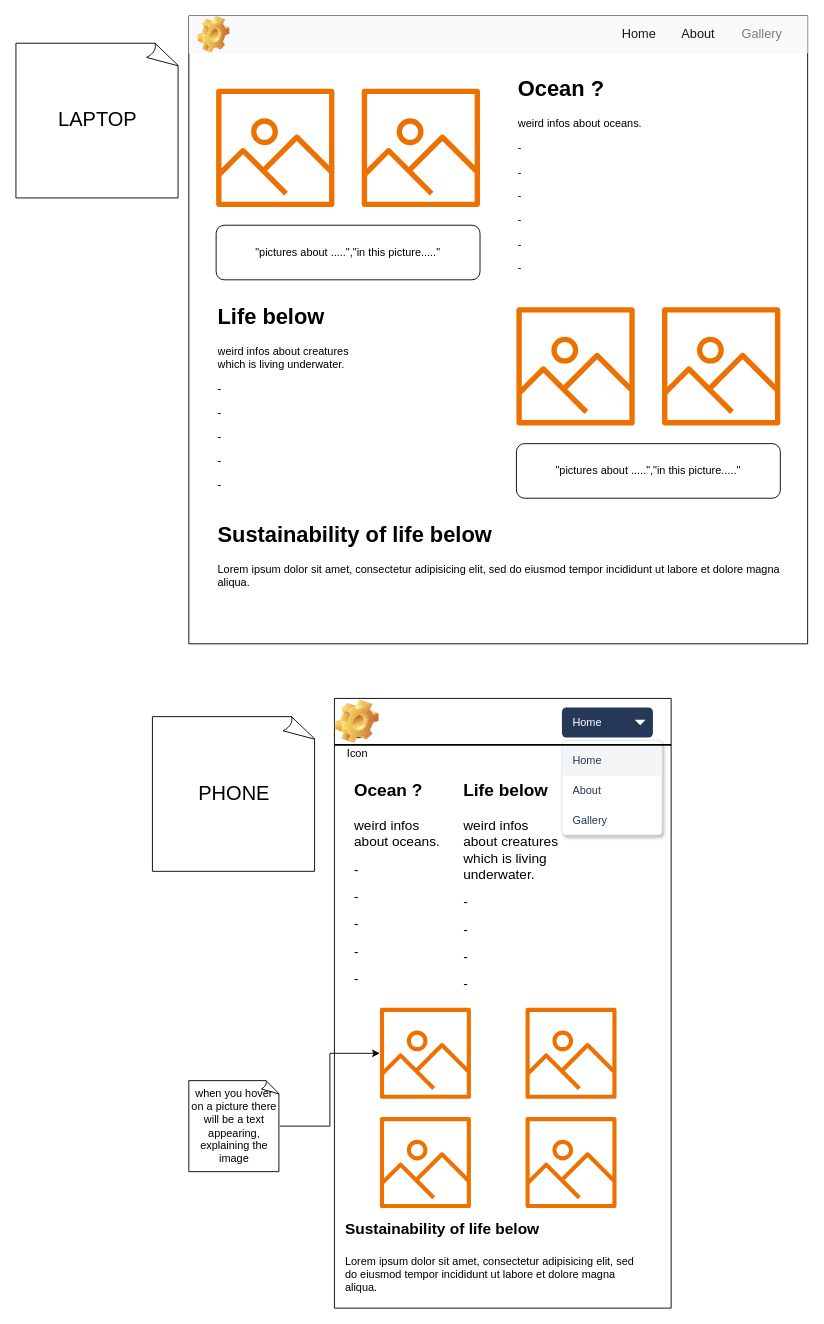
The draw.io diagram wireframes/aboutPage.drawio in handeedaoz/WDD_GroupQ, before the edit. Source tidied: cells renumbered, new cells numbered last; positions are measured from the earlier drawing's top-left corner, leaving out a move shared by most shapes. Both pictures are drawn from the tidied source at 91%, with x=0, y=0 at pixel (15, 15).
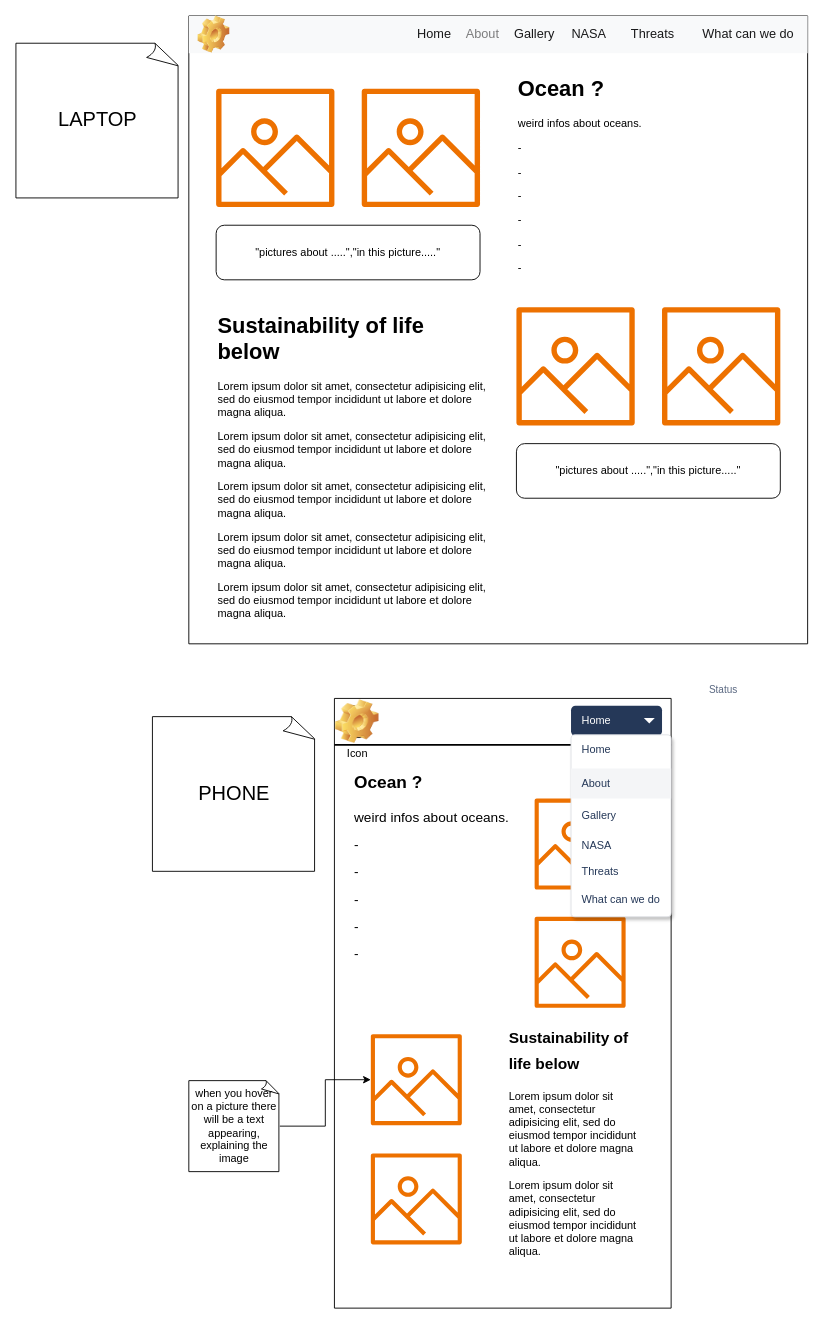
Above is the later version.

The change refers to these unchanged cells:
```xml
<mxCell id="2" style="swimlane;startSize=0;" parent="1" vertex="1">
  <mxGeometry x="190" width="680" height="690" as="geometry" />
</mxCell>
<mxCell id="3" style="html=1;shadow=0;dashed=0;fillColor=#F8F9FA;strokeColor=none;fontSize=16;fontColor=#7C7C7D;align=right;spacing=15;" parent="2" vertex="1">
  <mxGeometry width="680" height="41" as="geometry" />
</mxCell>
<mxCell id="18" style="swimlane;startSize=0;" parent="1" vertex="1">
  <mxGeometry x="350" y="750" width="370" height="670" as="geometry" />
</mxCell>
<mxCell id="35" value="when you hover on a picture there will be a text appearing, explaining the image" style="whiteSpace=wrap;html=1;shape=mxgraph.basic.document;" parent="1" vertex="1">
  <mxGeometry x="190" y="1170" width="100" height="100" as="geometry" />
</mxCell>
```

What changed in the source:
```diff
@@
-    <mxCell id="4" style="swimlane;shape=mxgraph.bootstrap.anchor;strokeColor=none;fillColor=none;fontColor=#0085FC;fontStyle=0;horizontal=0;startSize=0;whiteSpace=wrap;html=1;" parent="3" vertex="1">
-      <mxGeometry x="460" y="6.7" width="210" height="26.7" as="geometry" />
-    </mxCell>
+    <mxCell id="8" style="shape=image;html=1;verticalLabelPosition=bottom;verticalAlign=top;imageAspect=1;image=img/clipart/Gear_128x128.png;" parent="3" vertex="1">
+      <mxGeometry x="10" width="35" height="41" as="geometry" />
+    </mxCell>
+    <mxCell id="38" value="NASA" style="text;strokeColor=none;align=center;verticalAlign=middle;spacingLeft=10;spacingRight=10;whiteSpace=wrap;html=1;fillColor=none;fontColor=#181819;fontSize=14;" parent="3" vertex="1">
+      <mxGeometry x="410" y="3.8" width="60" height="33.3" as="geometry" />
+    </mxCell>
+    <mxCell id="7" value="Gallery" style="text;strokeColor=none;align=center;verticalAlign=middle;spacingLeft=10;spacingRight=10;whiteSpace=wrap;html=1;fillColor=none;fontColor=#181819;fontSize=14;" parent="3" vertex="1">
+      <mxGeometry x="350" y="3.8" width="60" height="33.3" as="geometry" />
+    </mxCell>
-    <mxCell id="5" value="Home" style="text;strokeColor=none;align=center;verticalAlign=middle;spacingLeft=10;spacingRight=10;whiteSpace=wrap;html=1;fillColor=none;fontColor=#181819;fontSize=14;" parent="4" vertex="1">
-      <mxGeometry width="70" height="26.7" as="geometry" />
+    <mxCell id="5" value="Home" style="text;strokeColor=none;align=center;verticalAlign=middle;spacingLeft=10;spacingRight=10;whiteSpace=wrap;html=1;fillColor=none;fontColor=#181819;fontSize=14;" parent="3" vertex="1">
+      <mxGeometry x="240" y="3.8" width="60" height="33.3" as="geometry" />
     </mxCell>
-    <mxCell id="6" value="About" style="text;strokeColor=none;align=center;verticalAlign=middle;spacingLeft=10;spacingRight=10;whiteSpace=wrap;html=1;fillColor=none;fontColor=#181819;fontSize=14;" parent="4" vertex="1">
-      <mxGeometry x="70" width="60" height="26.7" as="geometry" />
-    </mxCell>
-    <mxCell id="7" value="Gallery" style="text;strokeColor=none;align=center;verticalAlign=middle;spacingLeft=10;spacingRight=10;whiteSpace=wrap;html=1;fillColor=none;fontColor=#7C7C7D;fontSize=14;" parent="4" vertex="1">
-      <mxGeometry x="130" width="80" height="26.7" as="geometry" />
-    </mxCell>
-    <mxCell id="8" style="shape=image;html=1;verticalLabelPosition=bottom;verticalAlign=top;imageAspect=1;image=img/clipart/Gear_128x128.png;" parent="3" vertex="1">
-      <mxGeometry x="10" width="35" height="41" as="geometry" />
-    </mxCell>
+    <mxCell id="39" value="About" style="text;strokeColor=none;align=center;verticalAlign=middle;spacingLeft=10;spacingRight=10;whiteSpace=wrap;html=1;fillColor=none;fontColor=#7C7C7D;fontSize=14;" parent="3" vertex="1">
+      <mxGeometry x="283" y="3.8" width="80" height="33.3" as="geometry" />
+    </mxCell>
+    <mxCell id="40" value="Threats" style="text;strokeColor=none;align=center;verticalAlign=middle;spacingLeft=10;spacingRight=10;whiteSpace=wrap;html=1;fillColor=none;fontColor=#181819;fontSize=14;" parent="3" vertex="1">
+      <mxGeometry x="480" y="3.8" width="60" height="33.3" as="geometry" />
+    </mxCell>
+    <mxCell id="41" value="What can we do" style="text;strokeColor=none;align=center;verticalAlign=middle;spacingLeft=10;spacingRight=10;whiteSpace=wrap;html=1;fillColor=none;fontColor=#181819;fontSize=14;" parent="3" vertex="1">
+      <mxGeometry x="550" y="3.8" width="130" height="33.3" as="geometry" />
+    </mxCell>
@@
-    <mxCell id="10" value="&lt;h1 style=&quot;margin-top: 0px;&quot;&gt;Life below&lt;/h1&gt;&lt;p&gt;weird infos about creatures which is living underwater.&lt;/p&gt;&lt;p&gt;-&lt;/p&gt;&lt;p&gt;-&lt;/p&gt;&lt;p&gt;-&lt;/p&gt;&lt;p&gt;-&lt;/p&gt;&lt;p&gt;-&lt;/p&gt;" style="text;html=1;whiteSpace=wrap;overflow=hidden;rounded=0;" parent="2" vertex="1">
-      <mxGeometry x="30" y="310" width="180" height="220" as="geometry" />
-    </mxCell>
@@
-    <mxCell id="17" value="&lt;h1 style=&quot;margin-top: 0px;&quot;&gt;Sustainability of life below&lt;/h1&gt;&lt;p&gt;Lorem ipsum dolor sit amet, consectetur adipisicing elit, sed do eiusmod tempor incididunt ut labore et dolore magna aliqua.&lt;/p&gt;" style="text;html=1;whiteSpace=wrap;overflow=hidden;rounded=0;" parent="2" vertex="1">
-      <mxGeometry x="30" y="550" width="620" height="120" as="geometry" />
+    <mxCell id="17" value="&lt;h1 style=&quot;margin-top: 0px;&quot;&gt;Sustainability of life below&lt;/h1&gt;&lt;p&gt;Lorem ipsum dolor sit amet, consectetur adipisicing elit, sed do eiusmod tempor incididunt ut labore et dolore magna aliqua.&lt;/p&gt;&lt;p&gt;Lorem ipsum dolor sit amet, consectetur adipisicing elit, sed do eiusmod tempor incididunt ut labore et dolore magna aliqua.&lt;/p&gt;&lt;p&gt;Lorem ipsum dolor sit amet, consectetur adipisicing elit, sed do eiusmod tempor incididunt ut labore et dolore magna aliqua.&lt;/p&gt;&lt;p&gt;Lorem ipsum dolor sit amet, consectetur adipisicing elit, sed do eiusmod tempor incididunt ut labore et dolore magna aliqua.&lt;/p&gt;&lt;p&gt;Lorem ipsum dolor sit amet, consectetur adipisicing elit, sed do eiusmod tempor incididunt ut labore et dolore magna aliqua.&lt;/p&gt;" style="text;html=1;whiteSpace=wrap;overflow=hidden;rounded=0;" parent="2" vertex="1">
+      <mxGeometry x="30" y="320" width="300" height="350" as="geometry" />
     </mxCell>
+    <mxCell id="34" style="edgeStyle=orthogonalEdgeStyle;rounded=0;jettySize=auto;html=1;exitX=1;exitY=0.5;exitDx=0;exitDy=0;exitPerimeter=0;" parent="1" edge="1" source="35" target="29">
+      <mxGeometry relative="1" as="geometry" />
+    </mxCell>
@@
-    <mxCell id="19" value="Home" style="rounded=1;fillColor=#253858;strokeColor=none;html=1;fontColor=#ffffff;align=left;fontSize=12;spacingLeft=10;" parent="18" vertex="1">
-      <mxGeometry x="250" y="10" width="100" height="33" as="geometry" />
-    </mxCell>
-    <mxCell id="20" style="shape=triangle;direction=south;fillColor=#ffffff;strokeColor=none;html=1;fontSize=20;" parent="19" vertex="1">
-      <mxGeometry x="1" y="0.5" width="12" height="6" relative="1" as="geometry">
-        <mxPoint x="-20" y="-3" as="offset" />
-      </mxGeometry>
-    </mxCell>
-    <mxCell id="21" style="rounded=1;fillColor=#ffffff;strokeColor=#DFE1E5;shadow=1;html=1;arcSize=4;hachureGap=4;fontFamily=Helvetica;fontSize=20;" parent="18" vertex="1">
-      <mxGeometry x="250" y="46" width="110" height="104" as="geometry" />
-    </mxCell>
-    <mxCell id="22" value="Home" style="rounded=0;fillColor=#F4F5F7;strokeColor=none;shadow=0;html=1;align=left;fontSize=12;spacingLeft=10;fontColor=#253858;" parent="21" vertex="1">
-      <mxGeometry width="110" height="33" relative="1" as="geometry">
-        <mxPoint y="6" as="offset" />
-      </mxGeometry>
-    </mxCell>
-    <mxCell id="23" value="About" style="rounded=0;fillColor=none;strokeColor=none;shadow=0;html=1;align=left;fontSize=12;spacingLeft=10;fontColor=#253858;" parent="21" vertex="1">
-      <mxGeometry width="110" height="33" relative="1" as="geometry">
-        <mxPoint y="39" as="offset" />
-      </mxGeometry>
-    </mxCell>
-    <mxCell id="24" value="Gallery" style="rounded=0;fillColor=none;strokeColor=none;shadow=0;html=1;align=left;fontSize=12;spacingLeft=10;fontColor=#253858;" parent="21" vertex="1">
-      <mxGeometry width="110" height="33" relative="1" as="geometry">
-        <mxPoint y="72" as="offset" />
-      </mxGeometry>
-    </mxCell>
+    <mxCell id="42" style="sketch=0;fontColor=#232F3E;gradientColor=none;fillColor=#ED7100;strokeColor=none;dashed=0;verticalLabelPosition=bottom;verticalAlign=top;align=center;html=1;fontSize=12;fontStyle=0;shape=mxgraph.aws4.container_registry_image;" parent="18" vertex="1">
+      <mxGeometry x="220" y="110" width="100" height="100" as="geometry" />
+    </mxCell>
@@
     <mxCell id="27" value="&lt;h1 style=&quot;margin-top: 0px;&quot;&gt;&lt;font style=&quot;font-size: 19px;&quot;&gt;Ocean ?&amp;nbsp;&lt;/font&gt;&lt;/h1&gt;&lt;p&gt;&lt;font style=&quot;font-size: 15px;&quot;&gt;weird infos about oceans.&lt;/font&gt;&lt;/p&gt;&lt;p&gt;&lt;font style=&quot;font-size: 15px;&quot;&gt;-&lt;/font&gt;&lt;/p&gt;&lt;p&gt;&lt;font style=&quot;font-size: 15px;&quot;&gt;-&lt;/font&gt;&lt;/p&gt;&lt;p&gt;&lt;font style=&quot;font-size: 15px;&quot;&gt;-&lt;/font&gt;&lt;/p&gt;&lt;p&gt;&lt;font style=&quot;font-size: 15px;&quot;&gt;-&lt;/font&gt;&lt;/p&gt;&lt;p&gt;&lt;font style=&quot;font-size: 15px;&quot;&gt;-&lt;/font&gt;&lt;/p&gt;&lt;p&gt;&lt;br&gt;&lt;/p&gt;" style="text;html=1;whiteSpace=wrap;overflow=hidden;rounded=0;" parent="18" vertex="1">
-      <mxGeometry x="20" y="79" width="110" height="241" as="geometry" />
+      <mxGeometry x="20" y="70" width="200" height="250" as="geometry" />
     </mxCell>
-    <mxCell id="28" value="&lt;h1 style=&quot;margin-top: 0px;&quot;&gt;&lt;font style=&quot;font-size: 19px;&quot;&gt;Life below&lt;/font&gt;&lt;/h1&gt;&lt;p&gt;&lt;font style=&quot;font-size: 15px;&quot;&gt;weird infos about creatures which is living underwater.&lt;/font&gt;&lt;/p&gt;&lt;p&gt;&lt;font style=&quot;font-size: 15px;&quot;&gt;-&lt;/font&gt;&lt;/p&gt;&lt;p&gt;&lt;font style=&quot;font-size: 15px;&quot;&gt;-&lt;/font&gt;&lt;/p&gt;&lt;p&gt;&lt;font style=&quot;font-size: 15px;&quot;&gt;-&lt;/font&gt;&lt;/p&gt;&lt;p&gt;&lt;font style=&quot;font-size: 15px;&quot;&gt;-&lt;/font&gt;&lt;/p&gt;" style="text;html=1;whiteSpace=wrap;overflow=hidden;rounded=0;" parent="18" vertex="1">
-      <mxGeometry x="140" y="79" width="110" height="251" as="geometry" />
-    </mxCell>
     <mxCell id="29" style="sketch=0;outlineConnect=0;fontColor=#232F3E;gradientColor=none;fillColor=#ED7100;strokeColor=none;dashed=0;verticalLabelPosition=bottom;verticalAlign=top;align=center;html=1;fontSize=12;fontStyle=0;shape=mxgraph.aws4.container_registry_image;" parent="18" vertex="1">
-      <mxGeometry x="50" y="340" width="100" height="100" as="geometry" />
+      <mxGeometry x="40" y="369" width="100" height="100" as="geometry" />
     </mxCell>
     <mxCell id="30" style="sketch=0;fontColor=#232F3E;gradientColor=none;fillColor=#ED7100;strokeColor=none;dashed=0;verticalLabelPosition=bottom;verticalAlign=top;align=center;html=1;fontSize=12;fontStyle=0;shape=mxgraph.aws4.container_registry_image;" parent="18" vertex="1">
-      <mxGeometry x="50" y="460" width="100" height="100" as="geometry" />
+      <mxGeometry x="40" y="500" width="100" height="100" as="geometry" />
     </mxCell>
-    <mxCell id="31" value="&lt;h1 style=&quot;margin-top: 0px;&quot;&gt;&lt;font style=&quot;font-size: 17px;&quot;&gt;Sustainability of life below&lt;/font&gt;&lt;/h1&gt;&lt;p&gt;Lorem ipsum dolor sit amet, consectetur adipisicing elit, sed do eiusmod tempor incididunt ut labore et dolore magna aliqua.&lt;/p&gt;" style="text;html=1;whiteSpace=wrap;overflow=hidden;rounded=0;" parent="18" vertex="1">
-      <mxGeometry x="10" y="560" width="320" height="100" as="geometry" />
+    <mxCell id="31" value="&lt;h1 style=&quot;margin-top: 0px;&quot;&gt;&lt;font style=&quot;font-size: 17px;&quot;&gt;Sustainability of life below&lt;/font&gt;&lt;/h1&gt;&lt;p&gt;Lorem ipsum dolor sit amet, consectetur adipisicing elit, sed do eiusmod tempor incididunt ut labore et dolore magna aliqua.&lt;/p&gt;&lt;p&gt;Lorem ipsum dolor sit amet, consectetur adipisicing elit, sed do eiusmod tempor incididunt ut labore et dolore magna aliqua.&lt;/p&gt;" style="text;html=1;whiteSpace=wrap;overflow=hidden;rounded=0;" parent="18" vertex="1">
+      <mxGeometry x="190" y="350" width="150" height="290" as="geometry" />
     </mxCell>
-    <mxCell id="32" style="sketch=0;fontColor=#232F3E;gradientColor=none;fillColor=#ED7100;strokeColor=none;dashed=0;verticalLabelPosition=bottom;verticalAlign=top;align=center;html=1;fontSize=12;fontStyle=0;shape=mxgraph.aws4.container_registry_image;" parent="18" vertex="1">
-      <mxGeometry x="210" y="340" width="100" height="100" as="geometry" />
-    </mxCell>
     <mxCell id="33" style="sketch=0;fontColor=#232F3E;gradientColor=none;fillColor=#ED7100;strokeColor=none;dashed=0;verticalLabelPosition=bottom;verticalAlign=top;align=center;html=1;fontSize=12;fontStyle=0;shape=mxgraph.aws4.container_registry_image;" parent="18" vertex="1">
-      <mxGeometry x="210" y="460" width="100" height="100" as="geometry" />
+      <mxGeometry x="220" y="240" width="100" height="100" as="geometry" />
     </mxCell>
-    <mxCell id="34" style="edgeStyle=orthogonalEdgeStyle;rounded=0;jettySize=auto;html=1;exitX=1;exitY=0.5;exitDx=0;exitDy=0;exitPerimeter=0;" parent="1" edge="1" source="35" target="29">
-      <mxGeometry relative="1" as="geometry" />
-    </mxCell>
+    <mxCell id="19" value="Home" style="rounded=1;fillColor=#253858;strokeColor=none;html=1;fontColor=#ffffff;align=left;fontSize=12;spacingLeft=10;" parent="18" vertex="1">
+      <mxGeometry x="260" y="8" width="100" height="33" as="geometry" />
+    </mxCell>
+    <mxCell id="43" style="shape=triangle;direction=south;fillColor=#ffffff;strokeColor=none;html=1;fontSize=20;" parent="19" vertex="1">
+      <mxGeometry x="1" y="0.5" width="12" height="6" relative="1" as="geometry">
+        <mxPoint x="-20" y="-3" as="offset" />
+      </mxGeometry>
+    </mxCell>
+    <mxCell id="44" style="rounded=1;fillColor=#ffffff;strokeColor=#DFE1E5;shadow=1;html=1;arcSize=4;hachureGap=4;fontFamily=Helvetica;fontSize=20;" parent="18" vertex="1">
+      <mxGeometry x="260" y="40" width="110" height="200" as="geometry" />
+    </mxCell>
+    <mxCell id="45" value="About" style="rounded=0;fillColor=#F4F5F7;strokeColor=none;shadow=0;html=1;align=left;fontSize=12;spacingLeft=10;fontColor=#253858;" parent="44" vertex="1">
+      <mxGeometry width="110" height="33" relative="1" as="geometry">
+        <mxPoint y="37" as="offset" />
+      </mxGeometry>
+    </mxCell>
+    <mxCell id="22" value="Home" style="rounded=0;fillColor=none;strokeColor=none;shadow=0;html=1;align=left;fontSize=12;spacingLeft=10;fontColor=#253858;" parent="44" vertex="1">
+      <mxGeometry width="110" height="33" relative="1" as="geometry" />
+    </mxCell>
+    <mxCell id="24" value="Gallery" style="rounded=0;fillColor=none;strokeColor=none;shadow=0;html=1;align=left;fontSize=12;spacingLeft=10;fontColor=#253858;" parent="44" vertex="1">
+      <mxGeometry width="110" height="33" relative="1" as="geometry">
+        <mxPoint y="72" as="offset" />
+      </mxGeometry>
+    </mxCell>
+    <mxCell id="46" value="NASA" style="rounded=0;fillColor=none;strokeColor=none;shadow=0;html=1;align=left;fontSize=12;spacingLeft=10;fontColor=#253858;" parent="44" vertex="1">
+      <mxGeometry width="110" height="33" relative="1" as="geometry">
+        <mxPoint y="105" as="offset" />
+      </mxGeometry>
+    </mxCell>
+    <mxCell id="47" value="Threats" style="rounded=0;fillColor=none;strokeColor=none;shadow=0;html=1;align=left;fontSize=12;spacingLeft=10;fontColor=#253858;" parent="44" vertex="1">
+      <mxGeometry y="130" width="110" height="39.1" as="geometry" />
+    </mxCell>
+    <mxCell id="48" value="What can we do" style="rounded=0;fillColor=none;strokeColor=none;shadow=0;html=1;align=left;fontSize=12;spacingLeft=10;fontColor=#253858;" parent="44" vertex="1">
+      <mxGeometry y="162.6" width="110" height="37.4" as="geometry" />
+    </mxCell>
@@
+    <mxCell id="49" value="Status" style="rounded=1;fillColor=none;strokeColor=none;html=1;fontColor=#596780;align=left;fontSize=11;spacingLeft=10;fontSize=11;" parent="1" vertex="1">
+      <mxGeometry x="750" y="730" width="100" height="20" as="geometry" />
+    </mxCell>
```
